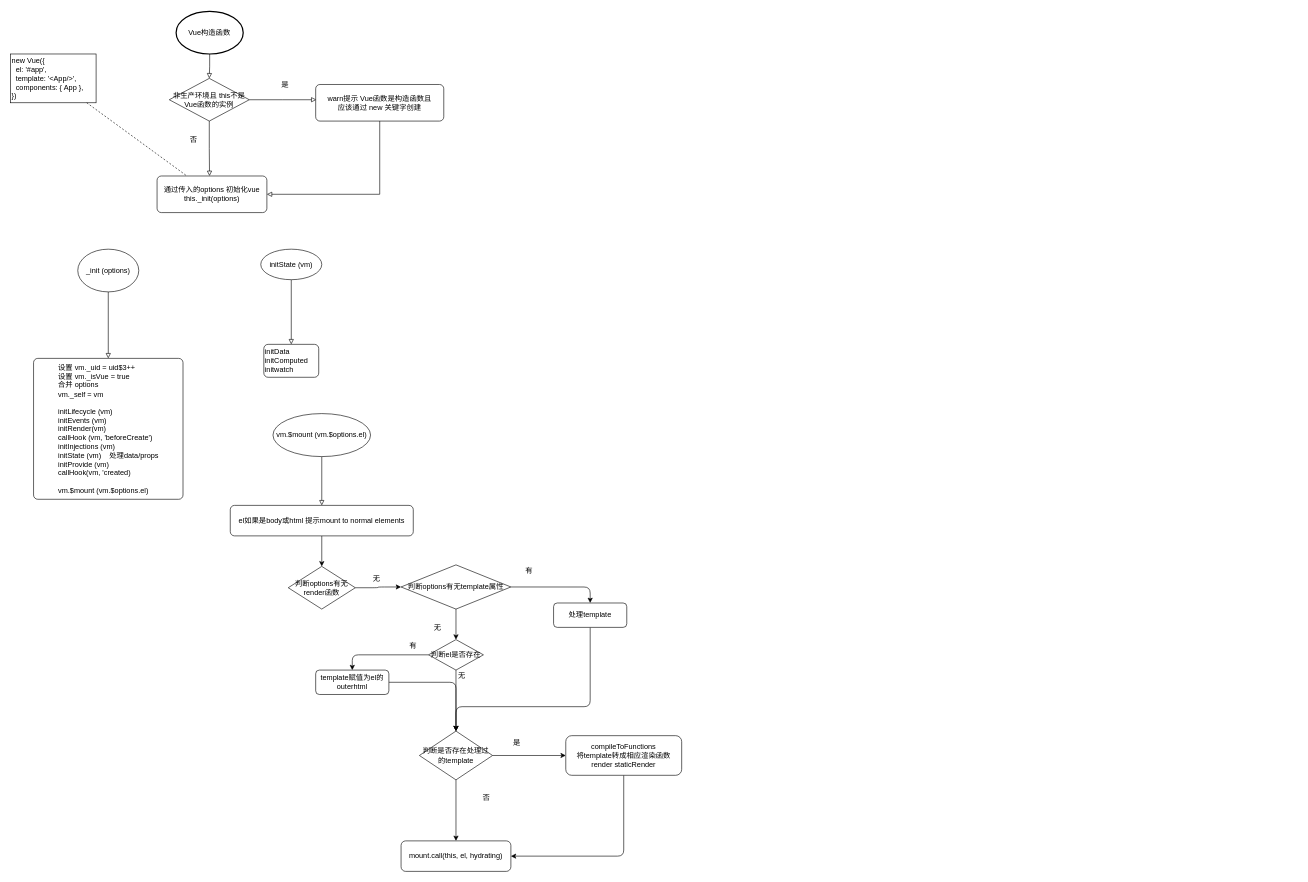
This is Untitled Diagram.drawio from uljf45/yuwan, a draw.io file, before an edit. Source tidied: cells renumbered, new cells numbered last; positions are measured from the earlier drawing's top-left corner, leaving out a move shared by most shapes. Both pictures are drawn from the tidied source at 61%, with x=0, y=0 at pixel (10, 11).
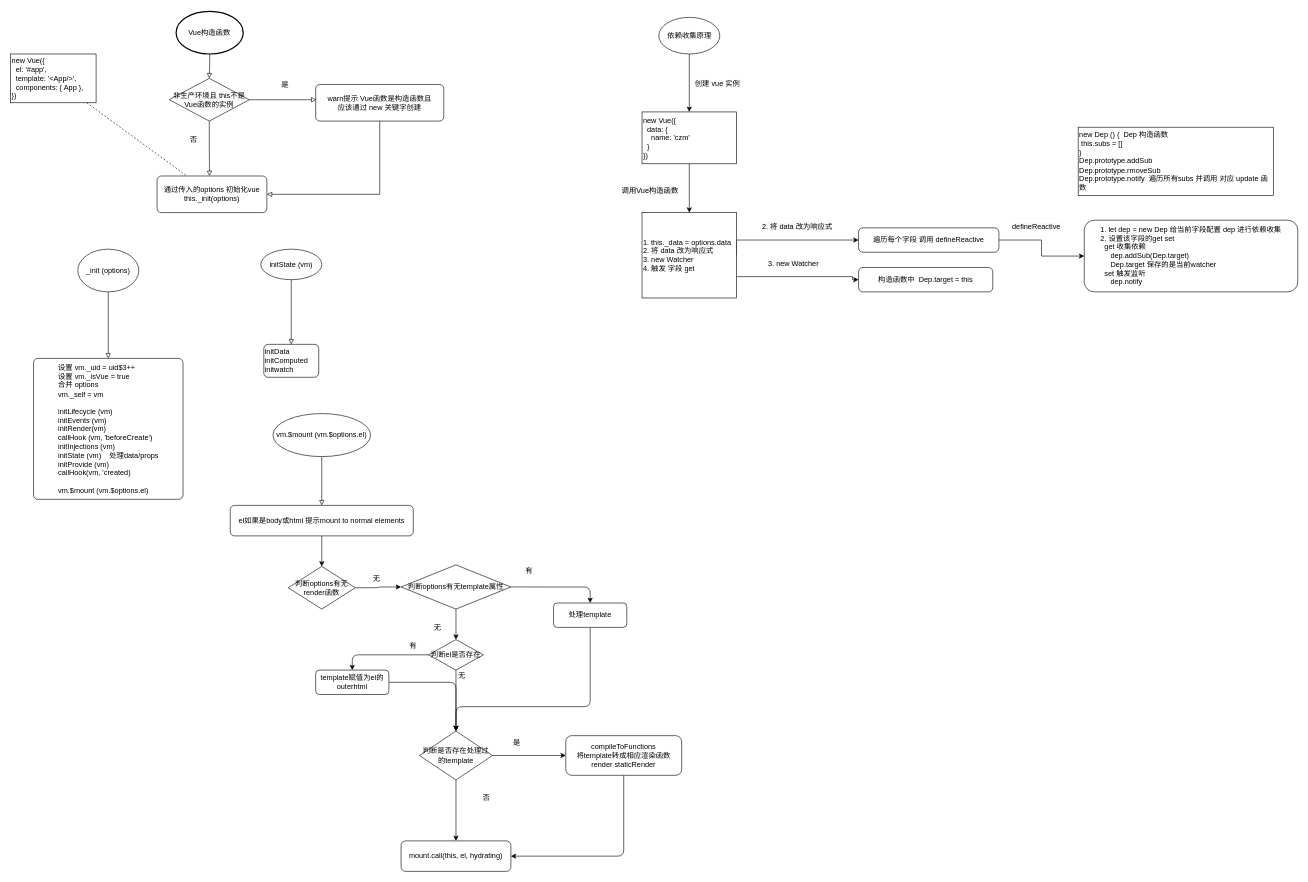
The same page after the edit.

Commit message:
依赖收集原理

Diff of the diagram source:
```diff
@@
+    <mxCell id="49" style="edgeStyle=orthogonalEdgeStyle;rounded=0;jettySize=auto;html=1;" parent="1" edge="1" source="50" target="52">
+      <mxGeometry relative="1" as="geometry" />
+    </mxCell>
+    <mxCell id="50" value="依赖收集原理" style="strokeWidth=1;html=1;shape=mxgraph.flowchart.start_1;whiteSpace=wrap;" parent="1" vertex="1">
+      <mxGeometry x="1062.5" y="10" width="100" height="60" as="geometry" />
+    </mxCell>
+    <mxCell id="51" style="edgeStyle=orthogonalEdgeStyle;rounded=0;jettySize=auto;html=1;" parent="1" edge="1" source="52" target="55">
+      <mxGeometry relative="1" as="geometry" />
+    </mxCell>
+    <mxCell id="52" value="new Vue({&lt;br&gt;&amp;nbsp; data: {&lt;br&gt;&amp;nbsp; &amp;nbsp; name: 'czm'&lt;br&gt;&amp;nbsp; }&lt;br&gt;})" style="whiteSpace=wrap;html=1;strokeWidth=1;align=left;" parent="1" vertex="1">
+      <mxGeometry x="1035" y="165" width="155" height="85" as="geometry" />
+    </mxCell>
+    <mxCell id="53" style="edgeStyle=orthogonalEdgeStyle;rounded=0;jettySize=auto;html=1;exitX=1;exitY=0.5;exitDx=0;exitDy=0;entryX=0;entryY=0.5;entryDx=0;entryDy=0;" parent="1" edge="1" source="55" target="60">
+      <mxGeometry relative="1" as="geometry">
+        <Array as="points">
+          <mxPoint x="1190" y="375" />
+        </Array>
+      </mxGeometry>
+    </mxCell>
+    <mxCell id="54" style="edgeStyle=orthogonalEdgeStyle;rounded=0;jettySize=auto;html=1;exitX=1;exitY=0.75;exitDx=0;exitDy=0;" parent="1" edge="1" source="55" target="63">
+      <mxGeometry relative="1" as="geometry">
+        <Array as="points">
+          <mxPoint x="1380" y="435" />
+          <mxPoint x="1380" y="440" />
+        </Array>
+      </mxGeometry>
+    </mxCell>
+    <mxCell id="55" value="1. this._data = options.data&lt;br&gt;2. 将 data 改为响应式&lt;br&gt;3. new Watcher&lt;br&gt;4. 触发 字段 get" style="whiteSpace=wrap;html=1;strokeWidth=1;align=left;" parent="1" vertex="1">
+      <mxGeometry x="1035" y="330" width="155" height="140" as="geometry" />
+    </mxCell>
+    <mxCell id="56" value="&lt;span style=&quot;color: rgb(0, 0, 0); font-family: helvetica; font-size: 12px; font-style: normal; font-weight: 400; letter-spacing: normal; text-align: left; text-indent: 0px; text-transform: none; word-spacing: 0px; background-color: rgb(248, 249, 250); display: inline; float: none;&quot;&gt;调用Vue构造函数&lt;/span&gt;" style="text;whiteSpace=wrap;html=1;" parent="1" vertex="1">
+      <mxGeometry x="1000" y="280" width="120" height="30" as="geometry" />
+    </mxCell>
+    <mxCell id="57" value="&lt;font face=&quot;helvetica&quot;&gt;创建 vue 实例&lt;/font&gt;" style="text;whiteSpace=wrap;html=1;" parent="1" vertex="1">
+      <mxGeometry x="1120" y="105" width="120" height="30" as="geometry" />
+    </mxCell>
+    <mxCell id="58" value="&lt;span style=&quot;color: rgb(0, 0, 0); font-family: helvetica; font-size: 12px; font-style: normal; font-weight: 400; letter-spacing: normal; text-align: left; text-indent: 0px; text-transform: none; word-spacing: 0px; background-color: rgb(248, 249, 250); display: inline; float: none;&quot;&gt;2. 将 data 改为响应式&lt;/span&gt;" style="text;whiteSpace=wrap;html=1;" parent="1" vertex="1">
+      <mxGeometry x="1230" y="340" width="140" height="30" as="geometry" />
+    </mxCell>
+    <mxCell id="59" style="edgeStyle=orthogonalEdgeStyle;rounded=0;jettySize=auto;html=1;" parent="1" edge="1" source="60" target="61">
+      <mxGeometry relative="1" as="geometry" />
+    </mxCell>
+    <mxCell id="60" value="遍历每个字段 调用 defineReactive" style="rounded=1;whiteSpace=wrap;html=1;absoluteArcSize=1;arcSize=14;strokeWidth=1;" parent="1" vertex="1">
+      <mxGeometry x="1390" y="355" width="230" height="40" as="geometry" />
+    </mxCell>
+    <mxCell id="61" value="1. let dep = new Dep 给当前字段配置 dep 进行依赖收集&lt;br&gt;&lt;div style=&quot;text-align: left&quot;&gt;&lt;span&gt;2. 设置该字段的get set&lt;/span&gt;&lt;/div&gt;&lt;div style=&quot;text-align: left&quot;&gt;&lt;span&gt;&amp;nbsp; get 收集依赖&lt;/span&gt;&lt;/div&gt;&lt;div style=&quot;text-align: left&quot;&gt;&lt;span&gt;&amp;nbsp; &amp;nbsp; &amp;nbsp;dep.addSub(Dep.target)&lt;/span&gt;&lt;/div&gt;&lt;div style=&quot;text-align: left&quot;&gt;&lt;span&gt;&amp;nbsp; &amp;nbsp; &amp;nbsp;Dep.target 保存的是当前watcher&lt;/span&gt;&lt;/div&gt;&lt;div style=&quot;text-align: left&quot;&gt;&amp;nbsp; set 触发监听&lt;/div&gt;&lt;div style=&quot;text-align: left&quot;&gt;&amp;nbsp; &amp;nbsp; &amp;nbsp;dep.notify&amp;nbsp;&amp;nbsp;&lt;/div&gt;" style="rounded=1;whiteSpace=wrap;html=1;strokeWidth=1;arcSize=14;" parent="1" vertex="1">
+      <mxGeometry x="1760" y="342.5" width="350" height="117.5" as="geometry" />
+    </mxCell>
+    <mxCell id="62" value="&lt;span style=&quot;color: rgb(0, 0, 0); font-family: helvetica; font-size: 12px; font-style: normal; font-weight: 400; letter-spacing: normal; text-align: center; text-indent: 0px; text-transform: none; word-spacing: 0px; background-color: rgb(248, 249, 250); display: inline; float: none;&quot;&gt;defineReactive&lt;/span&gt;" style="text;whiteSpace=wrap;html=1;" parent="1" vertex="1">
+      <mxGeometry x="1640" y="340" width="100" height="30" as="geometry" />
+    </mxCell>
+    <mxCell id="63" value="构造函数中&amp;nbsp; Dep.target = this" style="rounded=1;whiteSpace=wrap;html=1;absoluteArcSize=1;arcSize=14;strokeWidth=1;" parent="1" vertex="1">
+      <mxGeometry x="1390" y="420" width="220" height="40" as="geometry" />
+    </mxCell>
+    <mxCell id="64" value="&lt;span style=&quot;color: rgb(0, 0, 0); font-family: helvetica; font-size: 12px; font-style: normal; font-weight: 400; letter-spacing: normal; text-align: left; text-indent: 0px; text-transform: none; word-spacing: 0px; background-color: rgb(248, 249, 250); display: inline; float: none;&quot;&gt;3. new Watcher&lt;/span&gt;" style="text;whiteSpace=wrap;html=1;" parent="1" vertex="1">
+      <mxGeometry x="1240" y="400" width="110" height="30" as="geometry" />
+    </mxCell>
+    <mxCell id="65" value="new Dep () {&amp;nbsp; Dep 构造函数&lt;br&gt;&amp;nbsp;this.subs = []&lt;br&gt;}&lt;br&gt;Dep.prototype.addSub&lt;br&gt;Dep.prototype.rmoveSub&lt;br&gt;Dep.prototype.notify&amp;nbsp; 遍历所有subs 并调用 对应 update 函数" style="rounded=0;whiteSpace=wrap;html=1;strokeWidth=1;align=left;" parent="1" vertex="1">
+      <mxGeometry x="1750" y="190" width="320" height="112" as="geometry" />
+    </mxCell>
```
